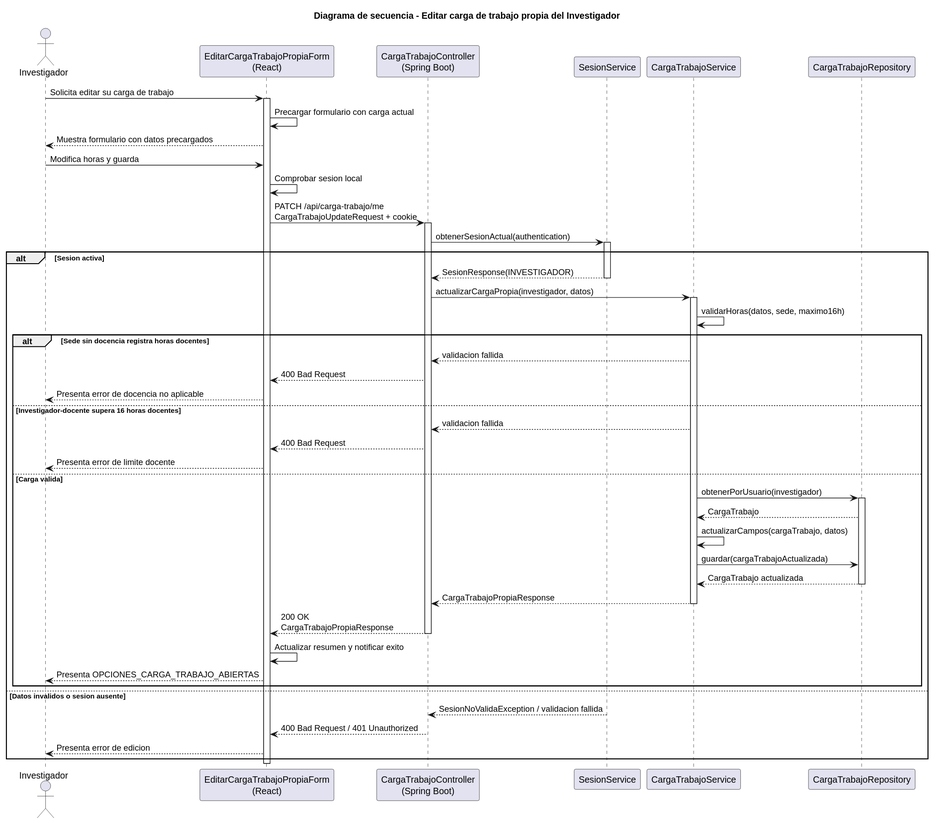
The PlantUML diagram images/RUP/02-diseño/casos-uso/investigador/editarCargaTrabajo/secuencia.svg in beatriizorozco/25-26-idsw2-sdVC, before a commit.
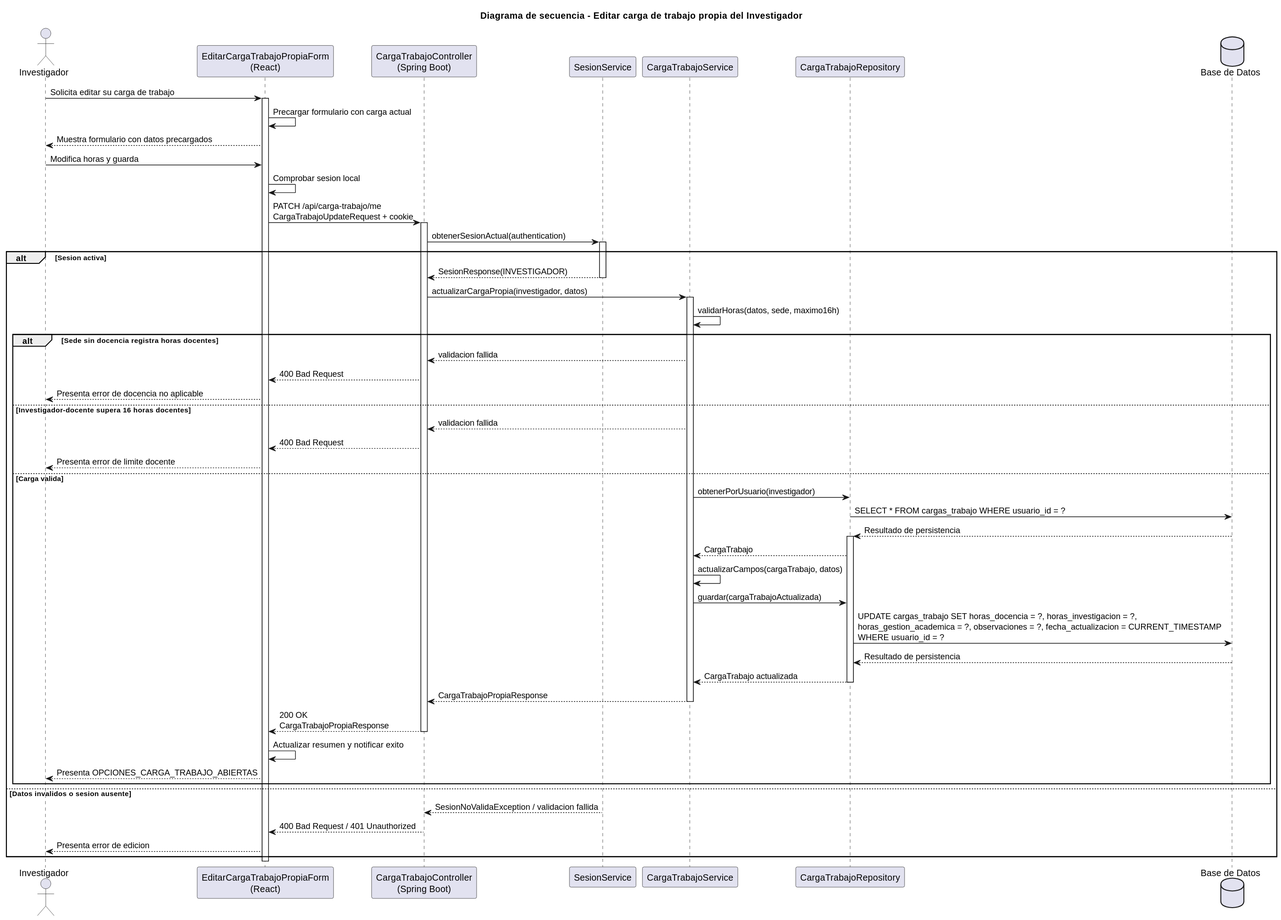
The same file after the commit.

What changed in the source:
```diff
@@ -7,6 +7,7 @@
 participant "SesionService" as Sesion
 participant "CargaTrabajoService" as Service
 participant "CargaTrabajoRepository" as CargaRepo
+database "Base de Datos" as DB
 
 Investigador -> Frontend: Solicita editar su carga de trabajo
 activate Frontend
@@ -34,10 +35,14 @@
         Frontend --> Investigador: Presenta error de limite docente
     else Carga valida
         Service -> CargaRepo: obtenerPorUsuario(investigador)
+        CargaRepo -> DB: SELECT * FROM cargas_trabajo WHERE usuario_id = ?
+        DB --> CargaRepo: Resultado de persistencia
         activate CargaRepo
         CargaRepo --> Service: CargaTrabajo
         Service -> Service: actualizarCampos(cargaTrabajo, datos)
         Service -> CargaRepo: guardar(cargaTrabajoActualizada)
+        CargaRepo -> DB: UPDATE cargas_trabajo SET horas_docencia = ?, horas_investigacion = ?,\nhoras_gestion_academica = ?, observaciones = ?, fecha_actualizacion = CURRENT_TIMESTAMP\nWHERE usuario_id = ?
+        DB --> CargaRepo: Resultado de persistencia
         CargaRepo --> Service: CargaTrabajo actualizada
         deactivate CargaRepo
         Service --> Api: CargaTrabajoPropiaResponse
```
